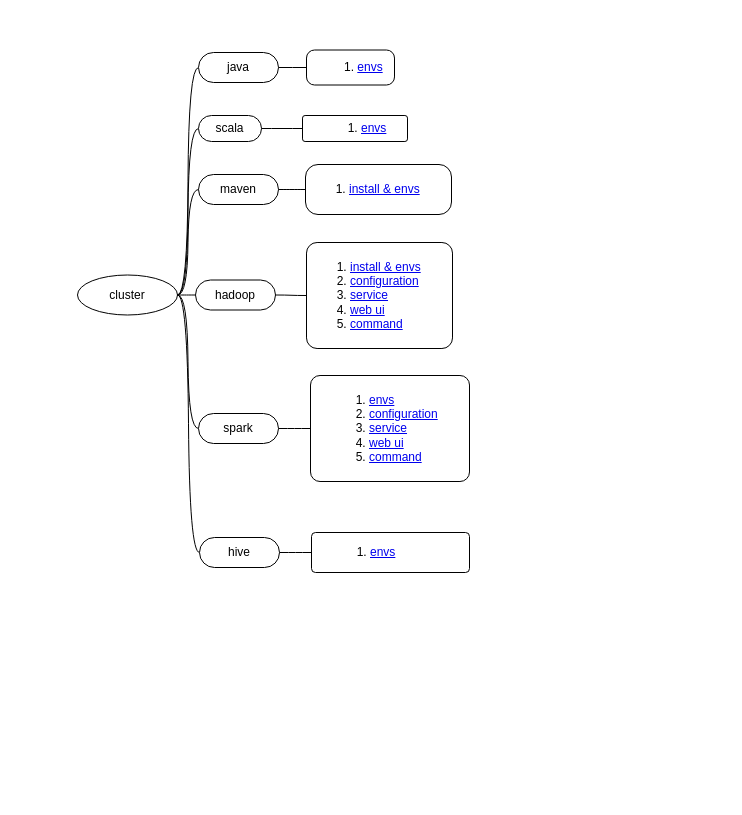
The draw.io diagram page "cluster" (1 of 8) of db/distdb.drawio in yangdj/tf_docs, before the edit. Source tidied: cells renumbered, new cells numbered last; positions are measured from the earlier drawing's top-left corner, leaving out a move shared by most shapes. Both pictures are drawn from the tidied source at 100%, with x=0, y=0 at pixel (17, 17).
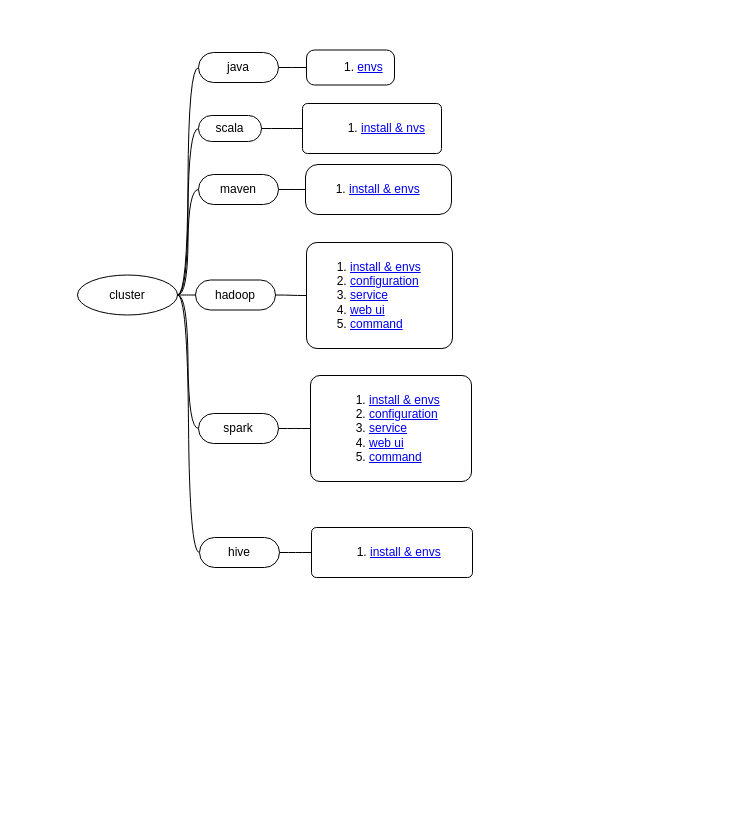
The same page after the edit.

Unchanged cells that the change refers to:
```xml
<mxCell id="2" style="swimlane;html=1;startSize=20;horizontal=1;containerType=tree;rounded=1;shadow=0;glass=0;comic=0;fillColor=none;align=left;strokeColor=none;spacingLeft=16;fontFamily=Courier New;" parent="1" vertex="1">
  <mxGeometry width="708" height="781" as="geometry" />
</mxCell>
```

Change to the diagram source:
```diff
@@
-    <mxCell id="13" value="&lt;ol&gt;&lt;li&gt;&lt;a href=&quot;data:page/id,D1D5e4SczUkflpOaB_5x&quot;&gt;envs&lt;/a&gt;&lt;/li&gt;&lt;/ol&gt;" style="whiteSpace=wrap;html=1;rounded=1;arcSize=10;align=left;verticalAlign=middle;strokeWidth=1;spacing=4;spacingLeft=15;" parent="2" vertex="1">
-      <mxGeometry x="294" y="515" width="158" height="40" as="geometry" />
+    <mxCell id="13" value="&lt;ol&gt;&lt;li&gt;&lt;a href=&quot;data:page/id,D1D5e4SczUkflpOaB_5x&quot;&gt;install &amp;amp; envs&lt;/a&gt;&lt;/li&gt;&lt;/ol&gt;" style="whiteSpace=wrap;html=1;rounded=1;arcSize=10;align=left;verticalAlign=middle;strokeWidth=1;spacing=4;spacingLeft=15;" parent="2" vertex="1">
+      <mxGeometry x="294" y="510" width="161" height="50" as="geometry" />
     </mxCell>
@@
-    <mxCell id="15" value="&lt;ol&gt;&lt;li&gt;&lt;a href=&quot;data:page/id,D1D5e4SczUkflpOaB_5x&quot;&gt;envs&lt;/a&gt;&lt;/li&gt;&lt;li&gt;&lt;a href=&quot;data:page/id,1RoVEH6-U07JBPiQCIpj&quot;&gt;configuration&lt;/a&gt;&lt;/li&gt;&lt;li&gt;&lt;a href=&quot;data:page/id,knMVSClfLsouhgn86GnL&quot;&gt;service&lt;/a&gt;&lt;/li&gt;&lt;li&gt;&lt;a href=&quot;data:page/id,DMlt9_OrqmJxumOdTNsM&quot;&gt;web ui&lt;/a&gt;&lt;/li&gt;&lt;li&gt;&lt;a href=&quot;data:page/id,2QutuKDHSM4GKVfbvwYY&quot;&gt;command&lt;/a&gt;&lt;/li&gt;&lt;/ol&gt;" style="whiteSpace=wrap;html=1;rounded=1;arcSize=9;align=left;verticalAlign=middle;strokeWidth=1;spacing=4;spacingLeft=15;" parent="2" vertex="1">
-      <mxGeometry x="293" y="358" width="159" height="106" as="geometry" />
+    <mxCell id="15" value="&lt;ol&gt;&lt;li&gt;&lt;a href=&quot;data:page/id,D1D5e4SczUkflpOaB_5x&quot;&gt;install &amp;amp; envs&lt;/a&gt;&lt;/li&gt;&lt;li&gt;&lt;a href=&quot;data:page/id,1RoVEH6-U07JBPiQCIpj&quot;&gt;configuration&lt;/a&gt;&lt;/li&gt;&lt;li&gt;&lt;a href=&quot;data:page/id,knMVSClfLsouhgn86GnL&quot;&gt;service&lt;/a&gt;&lt;/li&gt;&lt;li&gt;&lt;a href=&quot;data:page/id,DMlt9_OrqmJxumOdTNsM&quot;&gt;web ui&lt;/a&gt;&lt;/li&gt;&lt;li&gt;&lt;a href=&quot;data:page/id,2QutuKDHSM4GKVfbvwYY&quot;&gt;command&lt;/a&gt;&lt;/li&gt;&lt;/ol&gt;" style="whiteSpace=wrap;html=1;rounded=1;arcSize=9;align=left;verticalAlign=middle;strokeWidth=1;spacing=4;spacingLeft=15;" parent="2" vertex="1">
+      <mxGeometry x="293" y="358" width="161" height="106" as="geometry" />
     </mxCell>
@@
-    <mxCell id="27" value="&lt;ol&gt;&lt;li&gt;&lt;a href=&quot;data:page/id,D1D5e4SczUkflpOaB_5x&quot;&gt;envs&lt;/a&gt;&lt;/li&gt;&lt;/ol&gt;" style="whiteSpace=wrap;html=1;rounded=1;arcSize=10;align=left;verticalAlign=middle;strokeWidth=1;spacing=4;spacingLeft=15;" parent="2" vertex="1">
-      <mxGeometry x="285" y="98" width="105" height="26" as="geometry" />
+    <mxCell id="27" value="&lt;ol&gt;&lt;li&gt;&lt;a href=&quot;data:page/id,D1D5e4SczUkflpOaB_5x&quot;&gt;install &amp;amp; nvs&lt;/a&gt;&lt;/li&gt;&lt;/ol&gt;" style="whiteSpace=wrap;html=1;rounded=1;arcSize=10;align=left;verticalAlign=middle;strokeWidth=1;spacing=4;spacingLeft=15;" parent="2" vertex="1">
+      <mxGeometry x="285" y="86" width="139" height="50" as="geometry" />
     </mxCell>
```
